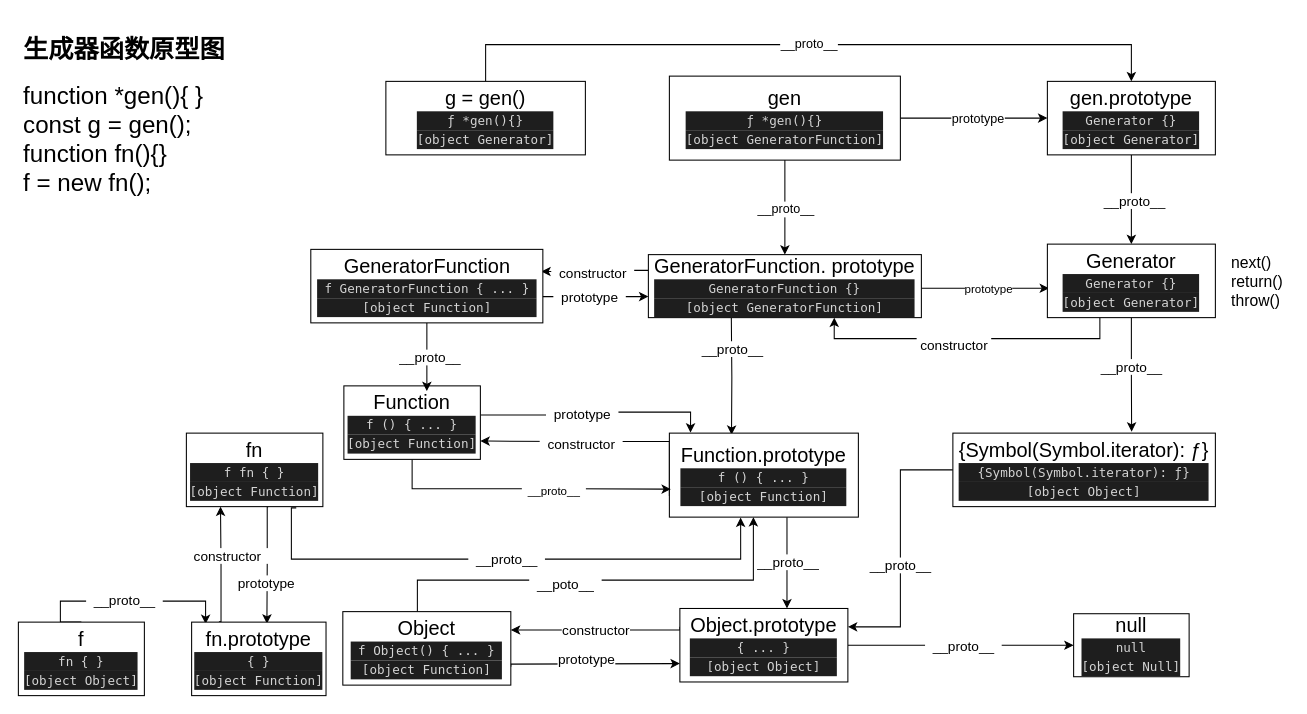
Before: draw.io/未命名绘图.drawio in guojingwen/life, a draw.io diagram. Source tidied: cells renumbered, new cells numbered last; positions are measured from the earlier drawing's top-left corner, leaving out a move shared by most shapes. Both pictures are drawn from the tidied source at 105%, with x=0, y=0 at pixel (18, 28).
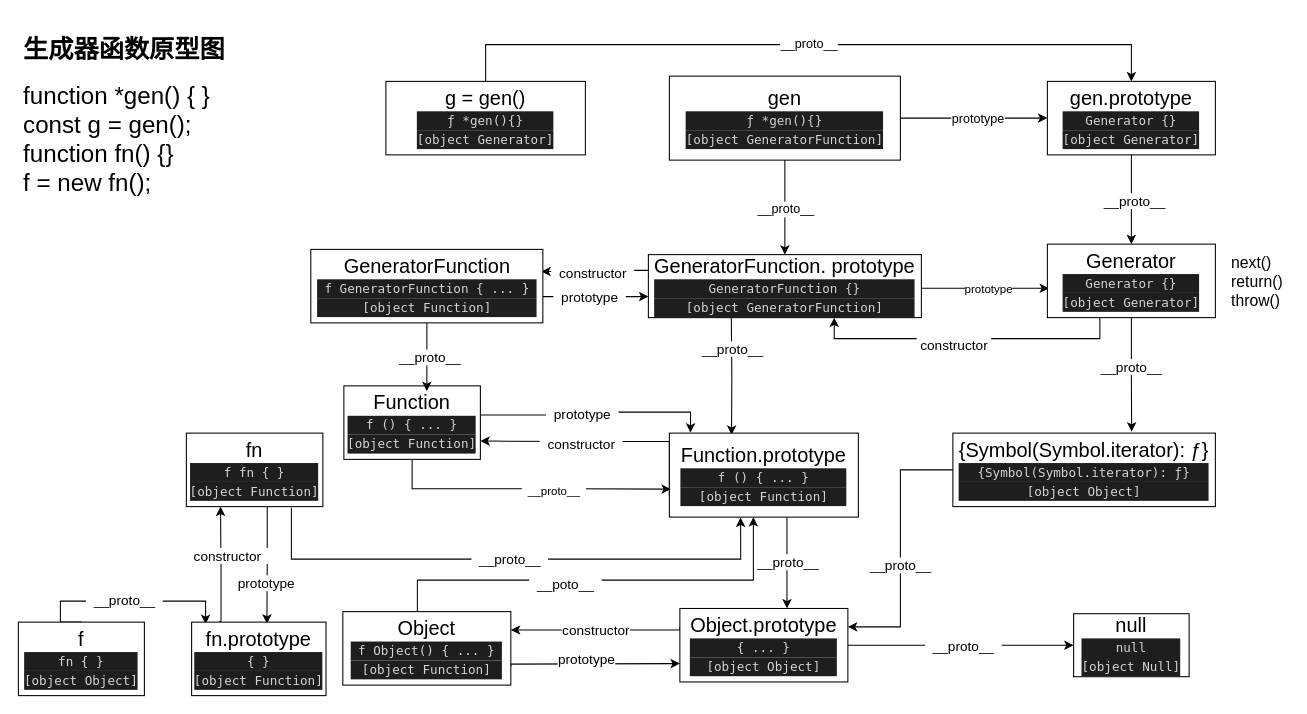
The same diagram, later.

Commit message:
更新未命名绘图.drawio

Unchanged cells that the change refers to:
```xml
<mxCell id="24" value="&lt;font style=&quot;font-size: 19px;&quot;&gt;Function.prototype&lt;br&gt;&lt;div style=&quot;color: rgb(212, 212, 212); background-color: rgb(30, 30, 30); font-family: Menlo, Monaco, &amp;quot;Courier New&amp;quot;, monospace; font-size: 12px; line-height: 18px;&quot;&gt;&lt;div style=&quot;line-height: 18px;&quot;&gt;f () { ... }&lt;/div&gt;&lt;/div&gt;&lt;/font&gt;&lt;div style=&quot;color: rgb(212, 212, 212); background-color: rgb(30, 30, 30); font-family: Menlo, Monaco, &amp;quot;Courier New&amp;quot;, monospace; line-height: 18px;&quot;&gt;&lt;font style=&quot;font-size: 12px;&quot;&gt;[object Function]&lt;/font&gt;&lt;/div&gt;" style="rounded=0;whiteSpace=wrap;html=1;" parent="1" vertex="1">
  <mxGeometry x="620" y="385" width="180" height="80" as="geometry" />
</mxCell>
<mxCell id="40" value="&lt;font style=&quot;font-size: 19px;&quot;&gt;fn&lt;br&gt;&lt;div style=&quot;color: rgb(212, 212, 212); background-color: rgb(30, 30, 30); font-family: Menlo, Monaco, &amp;quot;Courier New&amp;quot;, monospace; font-size: 12px; line-height: 18px;&quot;&gt;&lt;div style=&quot;line-height: 18px;&quot;&gt;f fn { }&lt;/div&gt;&lt;/div&gt;&lt;/font&gt;&lt;div style=&quot;color: rgb(212, 212, 212); background-color: rgb(30, 30, 30); font-family: Menlo, Monaco, &amp;quot;Courier New&amp;quot;, monospace; line-height: 18px;&quot;&gt;&lt;font style=&quot;font-size: 12px;&quot;&gt;[object Function]&lt;/font&gt;&lt;/div&gt;" style="rounded=0;whiteSpace=wrap;html=1;" parent="1" vertex="1">
  <mxGeometry x="160" y="385" width="130" height="70" as="geometry" />
</mxCell>
```

Diff of the diagram source:
```diff
@@
-    <mxCell id="7" value="&lt;h1&gt;生成器函数原型图&lt;/h1&gt;&lt;div style=&quot;font-size: 23px;&quot;&gt;function *gen(){ }&lt;br&gt;const g = gen();&lt;br&gt;function fn(){}&lt;br&gt;f = new fn();&lt;/div&gt;" style="text;html=1;strokeColor=none;fillColor=none;spacing=5;spacingTop=-20;whiteSpace=wrap;overflow=hidden;rounded=0;" parent="1" vertex="1">
+    <mxCell id="7" value="&lt;h1&gt;生成器函数原型图&lt;/h1&gt;&lt;div style=&quot;font-size: 23px;&quot;&gt;function *gen() { }&lt;br&gt;const g = gen();&lt;br&gt;function fn() {}&lt;br&gt;f = new fn();&lt;/div&gt;" style="text;html=1;strokeColor=none;fillColor=none;spacing=5;spacingTop=-20;whiteSpace=wrap;overflow=hidden;rounded=0;" parent="1" vertex="1">
       <mxGeometry width="281" height="170" as="geometry" />
     </mxCell>
@@
-    <mxCell id="38" style="edgeStyle=orthogonalEdgeStyle;rounded=0;jettySize=auto;html=1;exitX=0.805;exitY=1.017;exitDx=0;exitDy=0;entryX=0.377;entryY=1.005;entryDx=0;entryDy=0;entryPerimeter=0;exitPerimeter=0;" parent="1" edge="1" source="40" target="24">
+    <mxCell id="38" style="edgeStyle=orthogonalEdgeStyle;rounded=0;jettySize=auto;html=1;entryX=0.377;entryY=1.005;entryDx=0;entryDy=0;entryPerimeter=0;" parent="1" edge="1" target="24">
       <mxGeometry relative="1" as="geometry">
+        <mxPoint x="260" y="456" as="sourcePoint" />
         <Array as="points">
           <mxPoint x="260" y="456" />
           <mxPoint x="260" y="505" />
           <mxPoint x="688" y="505" />
         </Array>
       </mxGeometry>
     </mxCell>
```
